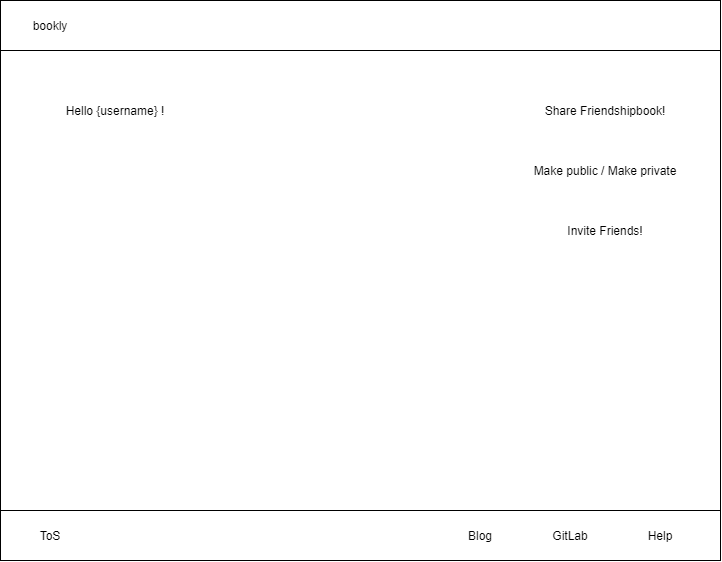
Earlier version of the draw.io export design/sharelink_visibility_invite_mockup.png (ninjeanne/bookly). Source tidied: cells renumbered, new cells last; positions are measured from the earlier drawing's top-left corner, leaving out a move shared by most shapes.
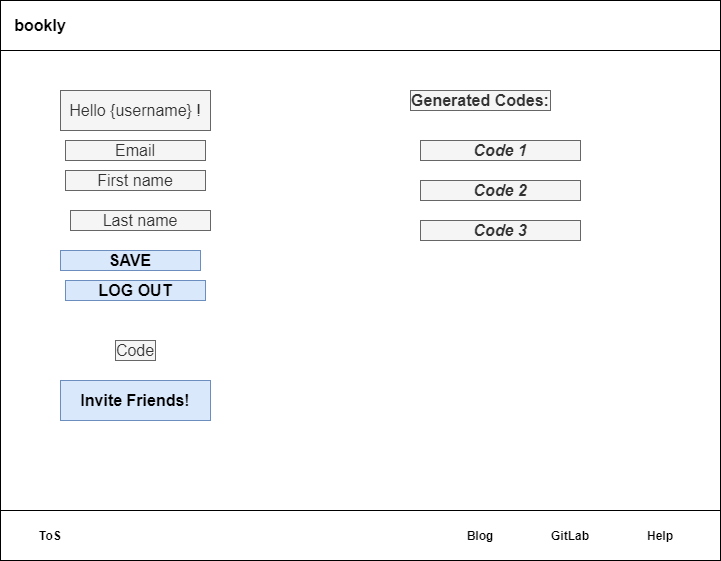
The same file after the commit.

Commit message:
correct share uc

Change to the diagram source:
```diff
@@ -11,32 +11,56 @@
     <mxCell id="4" style="rounded=0;whiteSpace=wrap;html=1;" parent="1" vertex="1">
       <mxGeometry y="510" width="720" height="50" as="geometry" />
     </mxCell>
-    <mxCell id="5" value="bookly" style="text;html=1;strokeColor=none;fillColor=none;align=center;verticalAlign=middle;whiteSpace=wrap;rounded=0;" parent="1" vertex="1">
-      <mxGeometry x="30" y="15" width="40" height="20" as="geometry" />
+    <mxCell id="5" value="bookly" style="text;html=1;strokeColor=none;fillColor=none;align=center;verticalAlign=middle;whiteSpace=wrap;rounded=0;fontSize=16;fontStyle=1;" parent="1" vertex="1">
+      <mxGeometry x="20" y="15" width="40" height="20" as="geometry" />
     </mxCell>
-    <mxCell id="6" value="ToS" style="text;html=1;strokeColor=none;fillColor=none;align=center;verticalAlign=middle;whiteSpace=wrap;rounded=0;" parent="1" vertex="1">
+    <mxCell id="6" value="ToS" style="text;html=1;strokeColor=none;fillColor=none;align=center;verticalAlign=middle;whiteSpace=wrap;rounded=0;fontStyle=1;" parent="1" vertex="1">
       <mxGeometry x="30" y="525" width="40" height="20" as="geometry" />
     </mxCell>
-    <mxCell id="7" value="Blog" style="text;html=1;strokeColor=none;fillColor=none;align=center;verticalAlign=middle;whiteSpace=wrap;rounded=0;" parent="1" vertex="1">
+    <mxCell id="7" value="Blog" style="text;html=1;strokeColor=none;fillColor=none;align=center;verticalAlign=middle;whiteSpace=wrap;rounded=0;fontStyle=1;" parent="1" vertex="1">
       <mxGeometry x="460" y="525" width="40" height="20" as="geometry" />
     </mxCell>
-    <mxCell id="8" value="GitLab" style="text;html=1;strokeColor=none;fillColor=none;align=center;verticalAlign=middle;whiteSpace=wrap;rounded=0;" parent="1" vertex="1">
+    <mxCell id="8" value="GitLab" style="text;html=1;strokeColor=none;fillColor=none;align=center;verticalAlign=middle;whiteSpace=wrap;rounded=0;fontStyle=1;" parent="1" vertex="1">
       <mxGeometry x="550" y="525" width="40" height="20" as="geometry" />
     </mxCell>
-    <mxCell id="9" value="Help" style="text;html=1;strokeColor=none;fillColor=none;align=center;verticalAlign=middle;whiteSpace=wrap;rounded=0;" parent="1" vertex="1">
+    <mxCell id="9" value="Help" style="text;html=1;strokeColor=none;fillColor=none;align=center;verticalAlign=middle;whiteSpace=wrap;rounded=0;fontStyle=1;" parent="1" vertex="1">
       <mxGeometry x="640" y="525" width="40" height="20" as="geometry" />
     </mxCell>
-    <mxCell id="10" value="Hello {username} !" style="text;html=1;strokeColor=none;fillColor=none;align=center;verticalAlign=middle;whiteSpace=wrap;rounded=0;" parent="1" vertex="1">
-      <mxGeometry x="40" y="90" width="150" height="40" as="geometry" />
+    <mxCell id="10" value="Hello {username} !" style="text;html=1;strokeColor=#666666;fillColor=#f5f5f5;align=center;verticalAlign=middle;whiteSpace=wrap;rounded=0;fontSize=16;fontColor=#333333;" parent="1" vertex="1">
+      <mxGeometry x="60" y="90" width="150" height="40" as="geometry" />
     </mxCell>
-    <mxCell id="11" value="Share Friendshipbook!" style="text;html=1;strokeColor=none;fillColor=none;align=center;verticalAlign=middle;whiteSpace=wrap;rounded=0;" parent="1" vertex="1">
-      <mxGeometry x="530" y="90" width="150" height="40" as="geometry" />
-    </mxCell>
-    <mxCell id="12" value="Make public / Make private" style="text;html=1;strokeColor=none;fillColor=none;align=center;verticalAlign=middle;whiteSpace=wrap;rounded=0;" parent="1" vertex="1">
-      <mxGeometry x="530" y="150" width="150" height="40" as="geometry" />
-    </mxCell>
-    <mxCell id="13" value="Invite Friends!" style="text;html=1;strokeColor=none;fillColor=none;align=center;verticalAlign=middle;whiteSpace=wrap;rounded=0;" parent="1" vertex="1">
-      <mxGeometry x="530" y="210" width="150" height="40" as="geometry" />
+    <mxCell id="13" value="&lt;b&gt;Invite Friends!&lt;/b&gt;" style="text;html=1;strokeColor=#6c8ebf;fillColor=#dae8fc;align=center;verticalAlign=middle;whiteSpace=wrap;rounded=0;fontSize=16;labelBorderColor=none;" parent="1" vertex="1">
+      <mxGeometry x="60" y="380" width="150" height="40" as="geometry" />
     </mxCell>
+    <mxCell id="14" value="&lt;font style=&quot;font-size: 16px&quot;&gt;Code&lt;/font&gt;" style="text;html=1;strokeColor=#666666;fillColor=#f5f5f5;align=center;verticalAlign=middle;whiteSpace=wrap;rounded=0;fontColor=#333333;" parent="1" vertex="1">
+      <mxGeometry x="115" y="340" width="40" height="20" as="geometry" />
+    </mxCell>
+    <mxCell id="15" value="Email" style="text;html=1;strokeColor=#666666;fillColor=#f5f5f5;align=center;verticalAlign=middle;whiteSpace=wrap;rounded=0;fontSize=16;fontColor=#333333;" parent="1" vertex="1">
+      <mxGeometry x="65" y="140" width="140" height="20" as="geometry" />
+    </mxCell>
+    <mxCell id="16" value="First name" style="text;html=1;strokeColor=#666666;fillColor=#f5f5f5;align=center;verticalAlign=middle;whiteSpace=wrap;rounded=0;fontSize=16;fontColor=#333333;" parent="1" vertex="1">
+      <mxGeometry x="65" y="170" width="140" height="20" as="geometry" />
+    </mxCell>
+    <mxCell id="17" value="Last name" style="text;html=1;strokeColor=#666666;fillColor=#f5f5f5;align=center;verticalAlign=middle;whiteSpace=wrap;rounded=0;fontSize=16;fontColor=#333333;" parent="1" vertex="1">
+      <mxGeometry x="70" y="210" width="140" height="20" as="geometry" />
+    </mxCell>
+    <mxCell id="18" value="&lt;b&gt;SAVE&lt;/b&gt;" style="text;html=1;strokeColor=#6c8ebf;fillColor=#dae8fc;align=center;verticalAlign=middle;whiteSpace=wrap;rounded=0;fontSize=16;" parent="1" vertex="1">
+      <mxGeometry x="60" y="250" width="140" height="20" as="geometry" />
+    </mxCell>
+    <mxCell id="19" value="&lt;b&gt;LOG OUT&lt;/b&gt;" style="text;html=1;strokeColor=#6c8ebf;fillColor=#dae8fc;align=center;verticalAlign=middle;whiteSpace=wrap;rounded=0;fontSize=16;" parent="1" vertex="1">
+      <mxGeometry x="65" y="280" width="140" height="20" as="geometry" />
+    </mxCell>
+    <mxCell id="20" value="Generated Codes:" style="text;html=1;strokeColor=#666666;fillColor=#f5f5f5;align=center;verticalAlign=middle;whiteSpace=wrap;rounded=0;fontSize=16;fontColor=#333333;fontStyle=1;" parent="1" vertex="1">
+      <mxGeometry x="410" y="90" width="140" height="20" as="geometry" />
+    </mxCell>
+    <mxCell id="21" value="Code 2" style="text;html=1;strokeColor=#666666;fillColor=#f5f5f5;align=center;verticalAlign=middle;whiteSpace=wrap;rounded=0;fontSize=16;fontColor=#333333;fontStyle=3;" parent="1" vertex="1">
+      <mxGeometry x="420" y="180" width="160" height="20" as="geometry" />
+    </mxCell>
+    <mxCell id="22" value="Code 1" style="text;html=1;strokeColor=#666666;fillColor=#f5f5f5;align=center;verticalAlign=middle;whiteSpace=wrap;rounded=0;fontSize=16;fontColor=#333333;fontStyle=3;" parent="1" vertex="1">
+      <mxGeometry x="420" y="140" width="160" height="20" as="geometry" />
+    </mxCell>
+    <mxCell id="23" value="Code 3" style="text;html=1;strokeColor=#666666;fillColor=#f5f5f5;align=center;verticalAlign=middle;whiteSpace=wrap;rounded=0;fontSize=16;fontColor=#333333;fontStyle=3;" parent="1" vertex="1">
+      <mxGeometry x="420" y="220" width="160" height="20" as="geometry" />
+    </mxCell>
   </root>
 </mxGraphModel>
```
